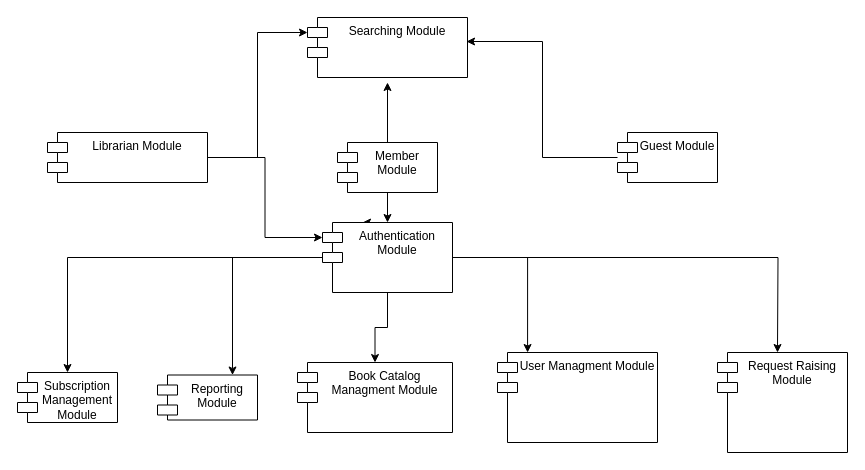
This is library_management_system_module_diagram.drawio from gap6033/Library-Management-System, a draw.io file, before an edit. Source tidied: cells renumbered, new cells numbered last; positions are measured from the earlier drawing's top-left corner, leaving out a move shared by most shapes. Both pictures are drawn from the tidied source at 100%, with x=0, y=0 at pixel (17, 17).
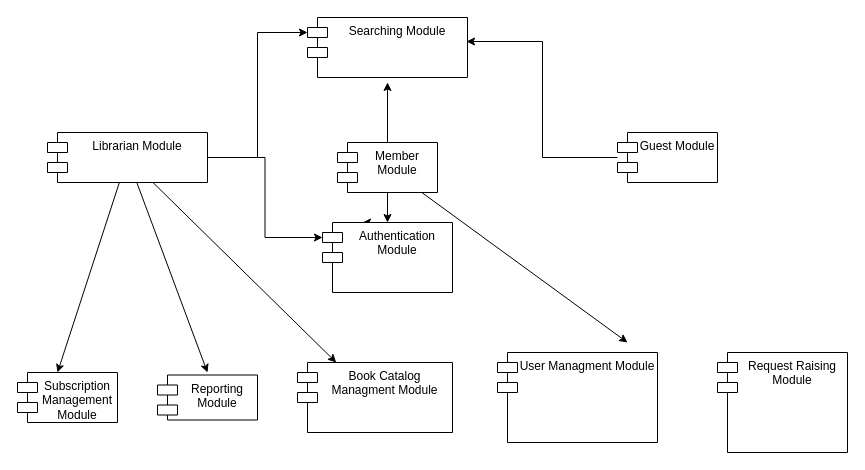
The same diagram, later.

Commit message (it also covers changes not shown here):
updated arrows of module diagram

Unchanged cells that the change refers to:
```xml
<mxCell id="2" value="Book Catalog Managment Module" style="shape=module;align=left;spacingLeft=20;align=center;verticalAlign=top;whiteSpace=wrap;html=1;" parent="1" vertex="1">
  <mxGeometry x="280" y="345" width="155" height="70" as="geometry" />
</mxCell>
<mxCell id="8" value="Authentication Module" style="shape=module;align=left;spacingLeft=20;align=center;verticalAlign=top;whiteSpace=wrap;html=1;" parent="1" vertex="1">
  <mxGeometry x="305" y="205" width="130" height="70" as="geometry" />
</mxCell>
<mxCell id="9" value="User Managment Module" style="shape=module;align=left;spacingLeft=20;align=center;verticalAlign=top;whiteSpace=wrap;html=1;" parent="1" vertex="1">
  <mxGeometry x="480" y="335" width="160" height="90" as="geometry" />
</mxCell>
<mxCell id="11" value="Subscription Management Module" style="shape=module;align=left;spacingLeft=20;align=center;verticalAlign=top;whiteSpace=wrap;html=1;" parent="1" vertex="1">
  <mxGeometry y="355" width="100" height="50" as="geometry" />
</mxCell>
<mxCell id="12" value="Reporting Module" style="shape=module;align=left;spacingLeft=20;align=center;verticalAlign=top;whiteSpace=wrap;html=1;" parent="1" vertex="1">
  <mxGeometry x="140" y="357.5" width="100" height="45" as="geometry" />
</mxCell>
<mxCell id="13" value="Librarian Module" style="shape=module;align=left;spacingLeft=20;align=center;verticalAlign=top;whiteSpace=wrap;html=1;" parent="1" vertex="1">
  <mxGeometry x="30" y="115" width="160" height="50" as="geometry" />
</mxCell>
<mxCell id="16" value="Member Module" style="shape=module;align=left;spacingLeft=20;align=center;verticalAlign=top;whiteSpace=wrap;html=1;" parent="1" vertex="1">
  <mxGeometry x="320" y="125" width="100" height="50" as="geometry" />
</mxCell>
```

The edit, as a diff of the source:
```diff
@@
-    <mxCell id="3" style="edgeStyle=orthogonalEdgeStyle;rounded=0;jettySize=auto;html=1;" parent="1" edge="1" source="8" target="11">
-      <mxGeometry relative="1" as="geometry" />
-    </mxCell>
-    <mxCell id="4" style="edgeStyle=orthogonalEdgeStyle;rounded=0;jettySize=auto;html=1;entryX=0.75;entryY=0;entryDx=0;entryDy=0;" parent="1" edge="1" source="8" target="12">
-      <mxGeometry relative="1" as="geometry" />
-    </mxCell>
-    <mxCell id="5" style="edgeStyle=orthogonalEdgeStyle;rounded=0;jettySize=auto;html=1;" parent="1" edge="1" source="8" target="2">
-      <mxGeometry relative="1" as="geometry" />
-    </mxCell>
@@
-    <mxCell id="7" style="edgeStyle=orthogonalEdgeStyle;rounded=0;jettySize=auto;html=1;" parent="1" edge="1" source="8">
-      <mxGeometry relative="1" as="geometry">
-        <mxPoint x="760" y="335" as="targetPoint" />
-      </mxGeometry>
-    </mxCell>
@@
+    <mxCell id="23" style="edgeStyle=none;html=1;entryX=0.4;entryY=0;entryDx=0;entryDy=0;entryPerimeter=0;" parent="1" edge="1" source="13" target="11">
+      <mxGeometry relative="1" as="geometry" />
+    </mxCell>
+    <mxCell id="24" style="edgeStyle=none;html=1;" parent="1" edge="1" source="13">
+      <mxGeometry relative="1" as="geometry">
+        <mxPoint x="190" y="355" as="targetPoint" />
+      </mxGeometry>
+    </mxCell>
+    <mxCell id="25" style="edgeStyle=none;html=1;entryX=0.25;entryY=0;entryDx=0;entryDy=0;" parent="1" edge="1" source="13" target="2">
+      <mxGeometry relative="1" as="geometry" />
+    </mxCell>
@@
+    <mxCell id="26" style="edgeStyle=none;html=1;" parent="1" edge="1" source="16">
+      <mxGeometry relative="1" as="geometry">
+        <mxPoint x="610" y="325" as="targetPoint" />
+      </mxGeometry>
+    </mxCell>
@@
-    <mxCell id="19" style="edgeStyle=orthogonalEdgeStyle;rounded=0;jettySize=auto;html=1;entryX=0.188;entryY=0;entryDx=0;entryDy=0;entryPerimeter=0;" parent="1" edge="1" source="8" target="9">
-      <mxGeometry relative="1" as="geometry" />
-    </mxCell>
```
